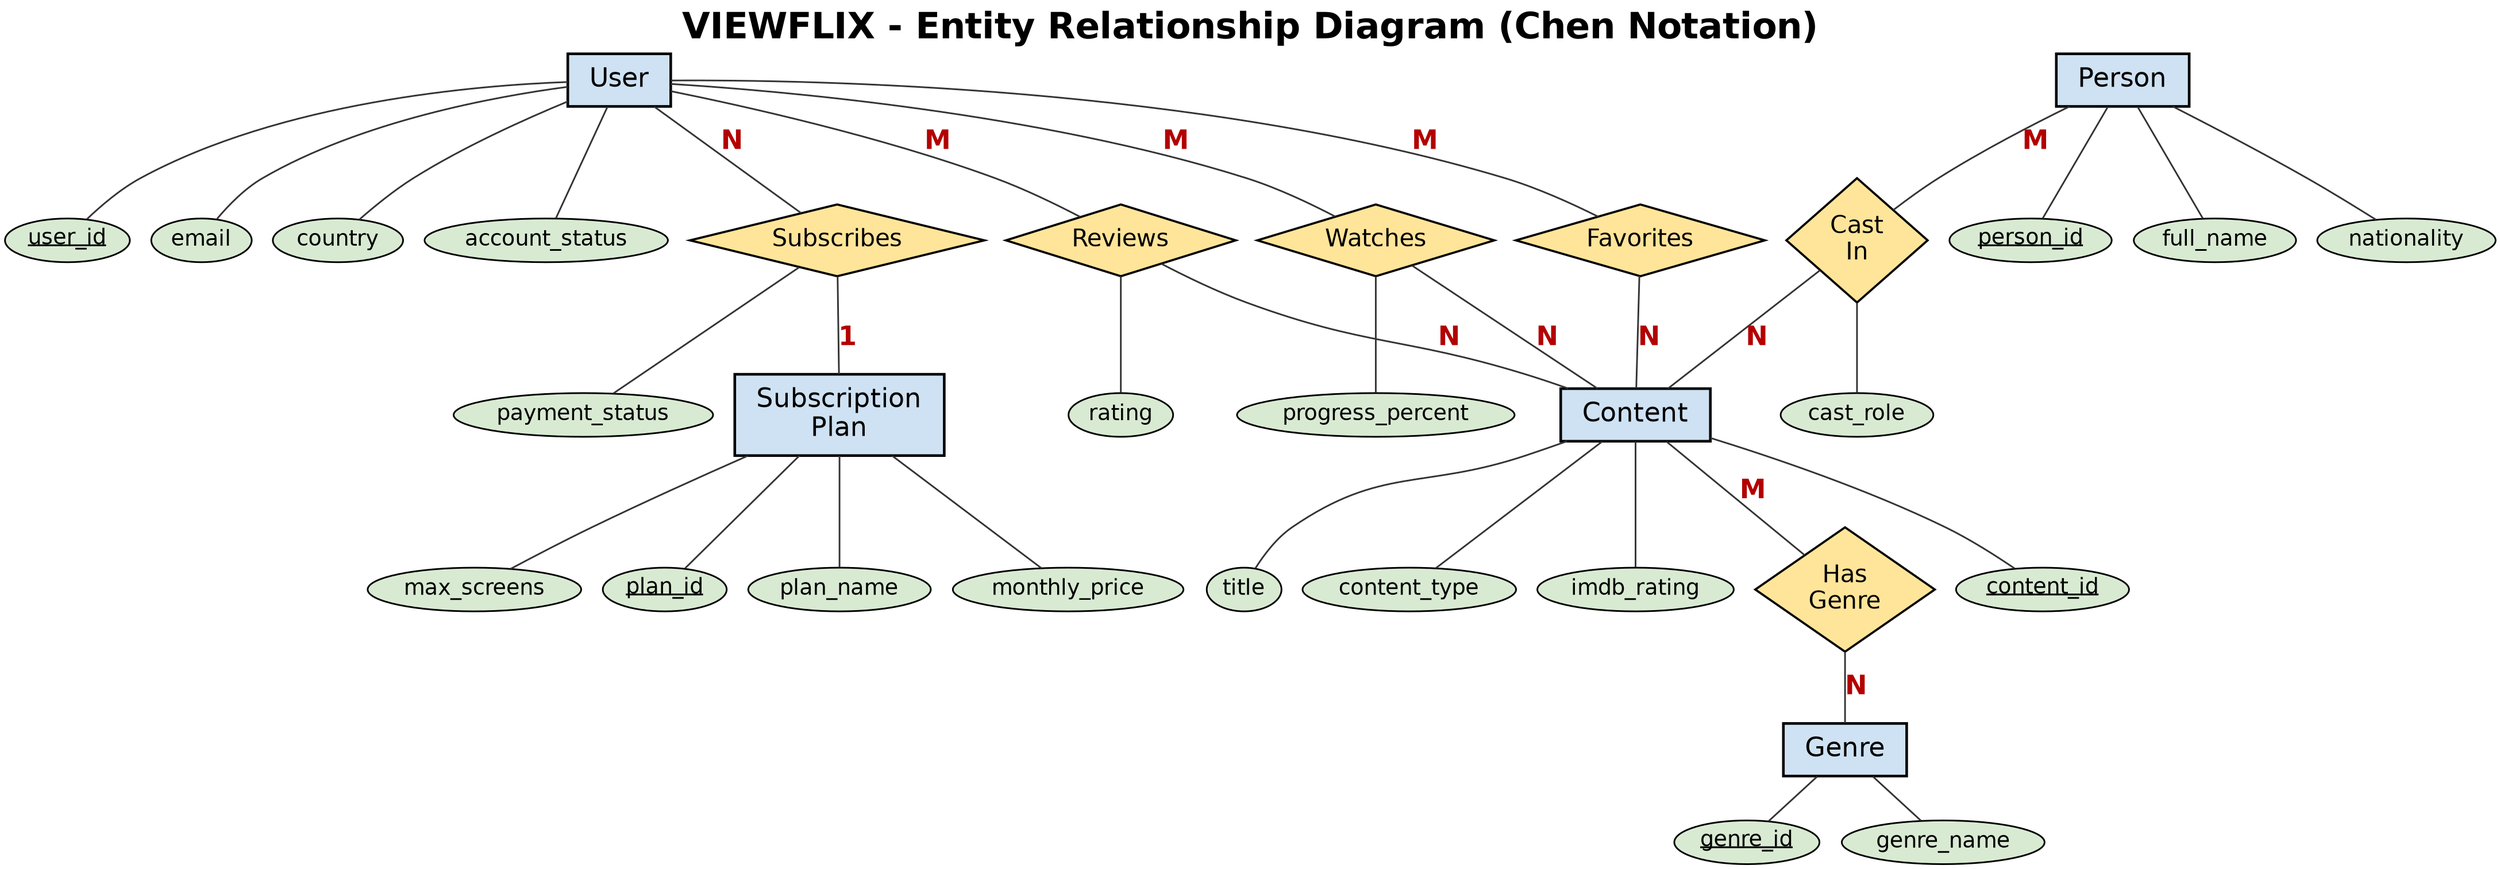
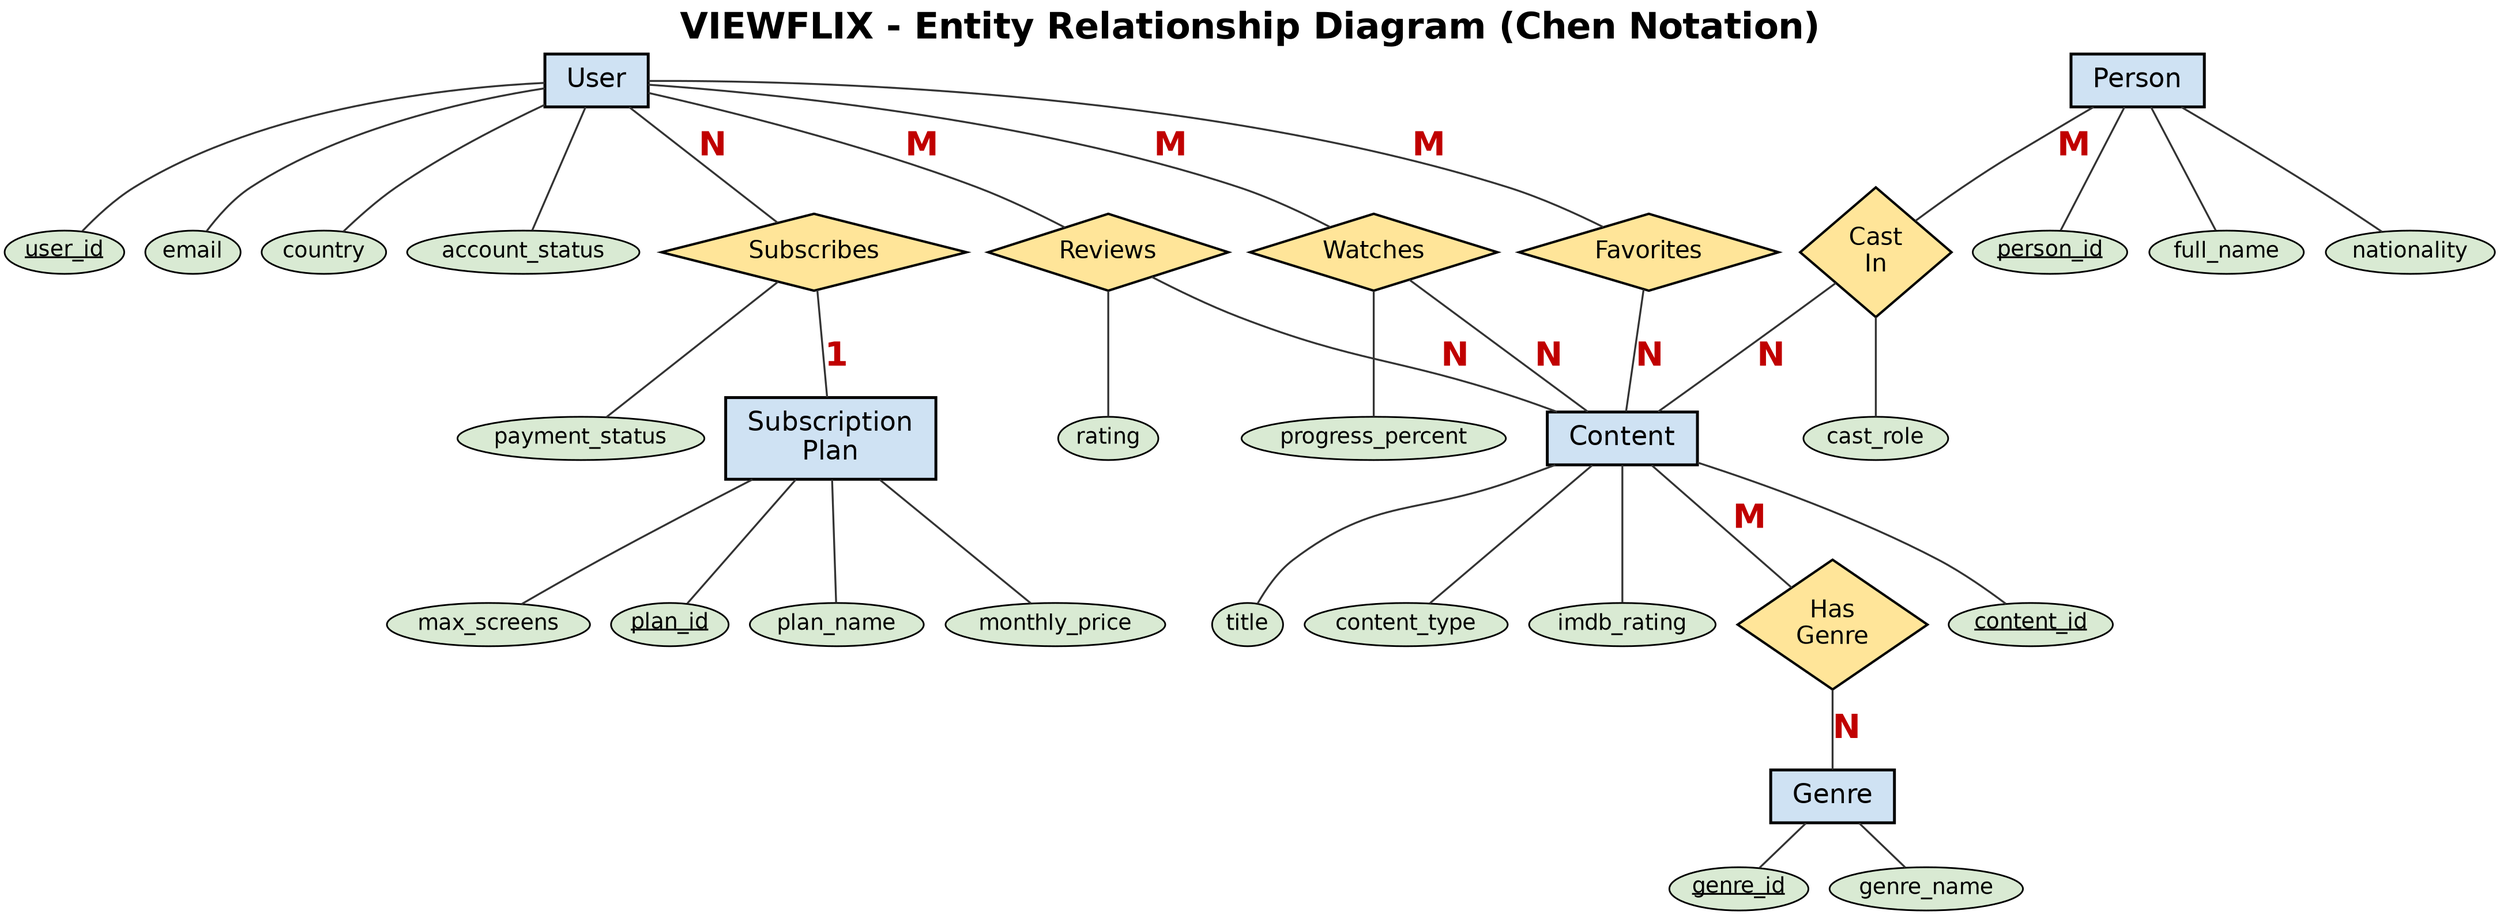
graph VIEWFLIX_ERD {
-   graph [splines=true, overlap=prism, sep="+45", fontname="Helvetica-Bold",
+   graph [splines=true, overlap=prism, sep="+8", fontname="Helvetica-Bold",
         label="VIEWFLIX - Entity Relationship Diagram (Chen Notation)", labelloc="t", fontsize=30];
  node  [fontname="Helvetica"];
-   edge  [dir=none, color="#333333", penwidth=1.4, fontname="Helvetica-Bold", fontsize=22, fontcolor="#b30000"];
+   edge  [dir=none, color="#333333", penwidth=1.6, fontname="Helvetica-Bold", fontsize=28, fontcolor="#c00000"];

  // ---------- Entities (rectangles) ----------
-   node [shape=box, style="filled,bold", fillcolor="#cfe2f3", penwidth=2.2, fontsize=22, margin="0.25,0.14"];
+   node [shape=box, style="filled,bold", fillcolor="#cfe2f3", penwidth=2.4, fontsize=22, margin="0.25,0.14"];
  User; Content; Genre; Person; SubscriptionPlan [label="Subscription\nPlan"];

  // ---------- Relationships (diamonds) ----------
-   node [shape=diamond, style=filled, fillcolor="#ffe599", penwidth=1.8, fontsize=20, margin="0.10,0.06"];
+   node [shape=diamond, style=filled, fillcolor="#ffe599", penwidth=2.0, fontsize=20, margin="0.12,0.07"];
  R_sub  [label="Subscribes"];
  R_gen  [label="Has\nGenre"];
  R_cast [label="Cast\nIn"];
  R_watch[label="Watches"];
  R_rev  [label="Reviews"];
  R_fav  [label="Favorites"];

  // ---------- Attributes (ellipses; PK underlined) ----------
-   node [shape=ellipse, style=filled, fillcolor="#d9ead3", penwidth=1.4, fontsize=18, margin="0.06,0.04"];
+   node [shape=ellipse, style=filled, fillcolor="#d9ead3", penwidth=1.4, fontsize=18, margin="0.05,0.03"];

  u_id   [label=<<U>user_id</U>>];
  u_mail [label="email"];
  u_ctry [label="country"];
  u_stat [label="account_status"];

  c_id   [label=<<U>content_id</U>>];
  c_ttl  [label="title"];
  c_type [label="content_type"];
  c_imdb [label="imdb_rating"];

  g_id   [label=<<U>genre_id</U>>];
  g_name [label="genre_name"];

  p_id   [label=<<U>person_id</U>>];
  p_name [label="full_name"];
  p_nat  [label="nationality"];

  pl_id   [label=<<U>plan_id</U>>];
  pl_name [label="plan_name"];
  pl_prc  [label="monthly_price"];
  pl_scr  [label="max_screens"];

  // Relationship attributes
  sub_pay [label="payment_status"];
  cc_role [label="cast_role"];
  w_prog  [label="progress_percent"];
  rv_rt   [label="rating"];

-   // ---------- entity -> attribute edges ----------
-   User -- {u_id u_mail u_ctry u_stat};
-   Content -- {c_id c_ttl c_type c_imdb};
-   Genre -- {g_id g_name};
-   Person -- {p_id p_name p_nat};
-   SubscriptionPlan -- {pl_id pl_name pl_prc pl_scr};
+   // ---------- entity -> attribute edges (short) ----------
+   User -- u_id [len=0.8]; User -- u_mail [len=0.8]; User -- u_ctry [len=0.8]; User -- u_stat [len=0.8];
+   Content -- c_id [len=0.8]; Content -- c_ttl [len=0.8]; Content -- c_type [len=0.8]; Content -- c_imdb [len=0.8];
+   Genre -- g_id [len=0.8]; Genre -- g_name [len=0.8];
+   Person -- p_id [len=0.8]; Person -- p_name [len=0.8]; Person -- p_nat [len=0.8];
+   SubscriptionPlan -- pl_id [len=0.8]; SubscriptionPlan -- pl_name [len=0.8]; SubscriptionPlan -- pl_prc [len=0.8]; SubscriptionPlan -- pl_scr [len=0.8];

-   // ---------- relationship attribute edges ----------
-   R_sub  -- sub_pay;
-   R_cast -- cc_role;
-   R_watch-- w_prog;
-   R_rev  -- rv_rt;
+   // ---------- relationship attribute edges (short) ----------
+   R_sub -- sub_pay [len=0.8]; R_cast -- cc_role [len=0.8]; R_watch -- w_prog [len=0.8]; R_rev -- rv_rt [len=0.8];

  // ---------- entity -- relationship -- entity (with cardinality) ----------
-   User -- R_sub   [label="N"];
-   R_sub -- SubscriptionPlan [label="1"];
+   User -- R_sub   [label="N", len=1.3];
+   R_sub -- SubscriptionPlan [label="1", len=1.3];

-   Content -- R_gen [label="M"];
-   R_gen -- Genre    [label="N"];
+   Content -- R_gen [label="M", len=1.3];
+   R_gen -- Genre    [label="N", len=1.3];

-   Person -- R_cast [label="M"];
-   R_cast -- Content [label="N"];
+   Person -- R_cast [label="M", len=1.3];
+   R_cast -- Content [label="N", len=1.3];

-   User -- R_watch  [label="M"];
-   R_watch -- Content [label="N"];
+   User -- R_watch  [label="M", len=1.3];
+   R_watch -- Content [label="N", len=1.3];

-   User -- R_rev    [label="M"];
-   R_rev -- Content  [label="N"];
+   User -- R_rev    [label="M", len=1.3];
+   R_rev -- Content  [label="N", len=1.3];

-   User -- R_fav    [label="M"];
-   R_fav -- Content  [label="N"];
+   User -- R_fav    [label="M", len=1.3];
+   R_fav -- Content  [label="N", len=1.3];
}
